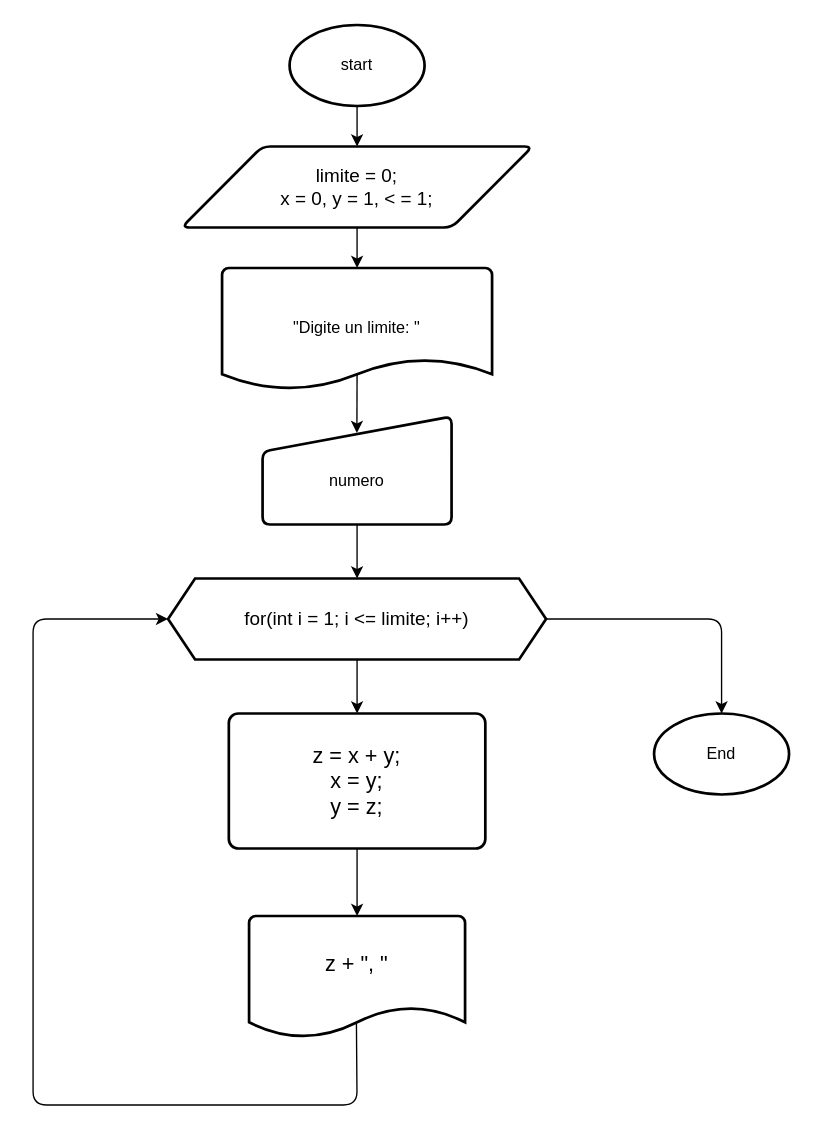
This is SerieFibonacci.drawio from AnthonyLozadaAlexander/DiagramaDeFlujos, a draw.io file, before an edit. Source tidied: cells renumbered, new cells numbered last; positions are measured from the earlier drawing's top-left corner, leaving out a move shared by most shapes. Both pictures are drawn from the tidied source at 135%, with x=0, y=0 at pixel (32, 24).
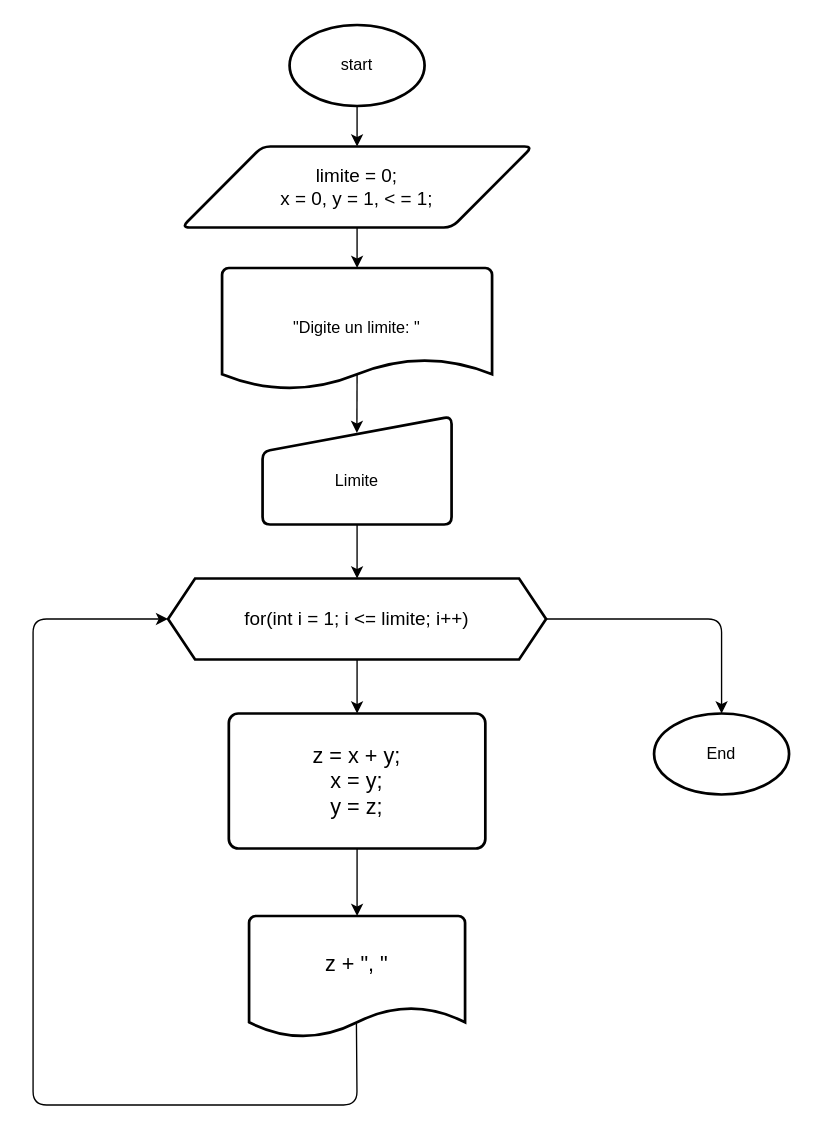
The same page after the edit.

Commit message:
Actualizar diagrama de flujo del método de la serie de Fibonacci, ajustando dimensiones y mejorando la legibilidad de los nodos y conexiones.

The edit, as a diff of the source:
```diff
@@
-    <mxCell id="8" value="&lt;div&gt;&lt;br&gt;&lt;/div&gt;&lt;div&gt;numero&lt;/div&gt;" style="html=1;strokeWidth=2;shape=manualInput;whiteSpace=wrap;rounded=1;size=26;arcSize=11;" parent="1" vertex="1">
+    <mxCell id="8" value="&lt;div&gt;&lt;br&gt;&lt;/div&gt;&lt;div&gt;Limite&lt;/div&gt;" style="html=1;strokeWidth=2;shape=manualInput;whiteSpace=wrap;rounded=1;size=26;arcSize=11;" parent="1" vertex="1">
       <mxGeometry x="170" y="290" width="140" height="80" as="geometry" />
     </mxCell>
```
